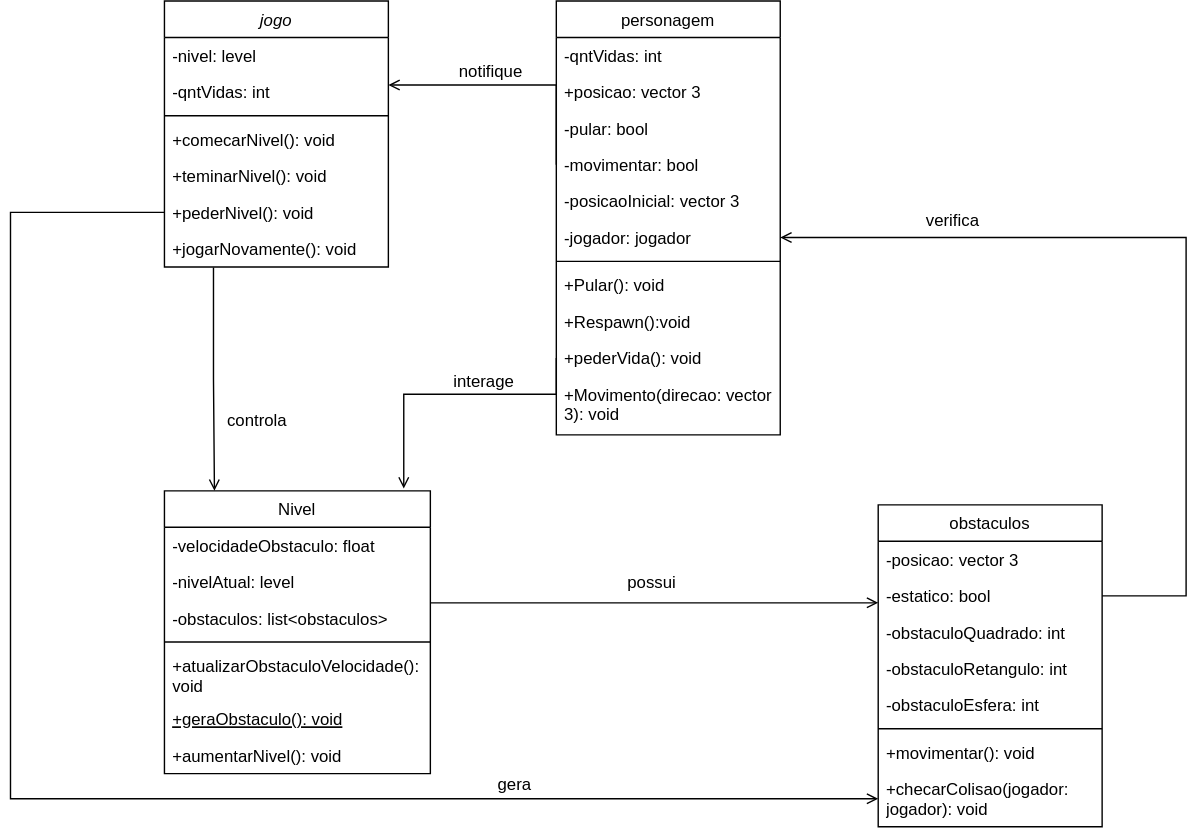
Before: Diagramas/Diagrama de Classe Unity.drawio.svg, a diagram exported from draw.io (KalCastro/Game_Deep). Source tidied: cells renumbered, new cells last; positions are measured from the earlier drawing's top-left corner, leaving out a move shared by most shapes. The source it was exported from:
```xml
<mxGraphModel>
  <root>
    <mxCell id="0" />
    <mxCell id="1" parent="0" />
    <mxCell id="2" value="jogo" style="swimlane;fontStyle=2;align=center;verticalAlign=top;horizontal=1;startSize=26;rounded=0;shadow=0;strokeWidth=1;" parent="1" vertex="1">
      <mxGeometry x="110" y="49" width="160" height="190" as="geometry" />
    </mxCell>
    <mxCell id="3" value="-nivel: level" style="text;align=left;verticalAlign=top;spacingLeft=4;spacingRight=4;overflow=hidden;" parent="2" vertex="1">
      <mxGeometry y="26" width="160" height="26" as="geometry" />
    </mxCell>
    <mxCell id="4" value="-qntVidas: int" style="text;align=left;verticalAlign=top;spacingLeft=4;spacingRight=4;overflow=hidden;rounded=0;shadow=0;html=0;" parent="2" vertex="1">
      <mxGeometry y="52" width="160" height="26" as="geometry" />
    </mxCell>
    <mxCell id="5" style="line;html=1;strokeWidth=1;align=left;verticalAlign=middle;spacingTop=-1;spacingLeft=3;spacingRight=3;labelPosition=right;" parent="2" vertex="1">
      <mxGeometry y="78" width="160" height="8" as="geometry" />
    </mxCell>
    <mxCell id="6" value="+comecarNivel(): void" style="text;align=left;verticalAlign=top;spacingLeft=4;spacingRight=4;overflow=hidden;" parent="2" vertex="1">
      <mxGeometry y="86" width="160" height="26" as="geometry" />
    </mxCell>
    <mxCell id="7" value="+teminarNivel(): void" style="text;align=left;verticalAlign=top;spacingLeft=4;spacingRight=4;overflow=hidden;rounded=0;shadow=0;html=0;" parent="2" vertex="1">
      <mxGeometry y="112" width="160" height="26" as="geometry" />
    </mxCell>
    <mxCell id="8" value="+pederNivel(): void" style="text;align=left;verticalAlign=top;spacingLeft=4;spacingRight=4;overflow=hidden;points=[[0,0.5],[1,0.5]];portConstraint=eastwest;rounded=0;shadow=0;html=0;" parent="2" vertex="1">
      <mxGeometry y="138" width="160" height="26" as="geometry" />
    </mxCell>
    <mxCell id="9" value="+jogarNovamente(): void" style="text;align=left;verticalAlign=top;spacingLeft=4;spacingRight=4;overflow=hidden;points=[[0,0.5],[1,0.5]];portConstraint=eastwest;rounded=0;shadow=0;html=0;" parent="2" vertex="1">
      <mxGeometry y="164" width="160" height="26" as="geometry" />
    </mxCell>
    <mxCell id="10" value="Nivel" style="swimlane;fontStyle=0;align=center;verticalAlign=top;horizontal=1;startSize=26;rounded=0;shadow=0;strokeWidth=1;" parent="1" vertex="1">
      <mxGeometry x="110" y="399" width="190" height="202" as="geometry" />
    </mxCell>
    <mxCell id="11" value="-velocidadeObstaculo: float" style="text;align=left;verticalAlign=top;spacingLeft=4;spacingRight=4;overflow=hidden;rounded=0;shadow=0;html=0;" parent="10" vertex="1">
      <mxGeometry y="26" width="190" height="26" as="geometry" />
    </mxCell>
    <mxCell id="12" value="-nivelAtual: level" style="text;align=left;verticalAlign=top;spacingLeft=4;spacingRight=4;overflow=hidden;rounded=0;shadow=0;html=0;" parent="10" vertex="1">
      <mxGeometry y="52" width="190" height="26" as="geometry" />
    </mxCell>
    <mxCell id="13" value="-obstaculos: list&lt;obstaculos&gt;" style="text;align=left;verticalAlign=top;spacingLeft=4;spacingRight=4;overflow=hidden;points=[[0,0.5],[1,0.5]];portConstraint=eastwest;rounded=0;shadow=0;html=0;" parent="10" vertex="1">
      <mxGeometry y="78" width="190" height="26" as="geometry" />
    </mxCell>
    <mxCell id="14" style="line;html=1;strokeWidth=1;align=left;verticalAlign=middle;spacingTop=-1;spacingLeft=3;spacingRight=3;labelPosition=right;" parent="10" vertex="1">
      <mxGeometry y="104" width="190" height="8" as="geometry" />
    </mxCell>
    <mxCell id="15" value="+atualizarObstaculoVelocidade(): void" style="text;align=left;verticalAlign=top;spacingLeft=4;spacingRight=4;overflow=hidden;whiteSpace=wrap;" parent="10" vertex="1">
      <mxGeometry y="112" width="190" height="38" as="geometry" />
    </mxCell>
    <mxCell id="16" value="+geraObstaculo(): void" style="text;align=left;verticalAlign=top;spacingLeft=4;spacingRight=4;overflow=hidden;fontStyle=4;" parent="10" vertex="1">
      <mxGeometry y="150" width="190" height="26" as="geometry" />
    </mxCell>
    <mxCell id="17" value="+aumentarNivel(): void" style="text;align=left;verticalAlign=top;spacingLeft=4;spacingRight=4;overflow=hidden;" parent="10" vertex="1">
      <mxGeometry y="176" width="190" height="26" as="geometry" />
    </mxCell>
    <mxCell id="18" value="personagem" style="swimlane;fontStyle=0;align=center;verticalAlign=top;horizontal=1;startSize=26;rounded=0;shadow=0;strokeWidth=1;" parent="1" vertex="1">
      <mxGeometry x="390" y="49" width="160" height="310" as="geometry" />
    </mxCell>
    <mxCell id="19" value="-qntVidas: int" style="text;align=left;verticalAlign=top;spacingLeft=4;spacingRight=4;overflow=hidden;rounded=0;shadow=0;html=0;" parent="18" vertex="1">
      <mxGeometry y="26" width="160" height="26" as="geometry" />
    </mxCell>
    <mxCell id="20" value="+posicao: vector 3" style="text;align=left;verticalAlign=top;spacingLeft=4;spacingRight=4;overflow=hidden;" parent="18" vertex="1">
      <mxGeometry y="52" width="160" height="26" as="geometry" />
    </mxCell>
    <mxCell id="21" value="-pular: bool" style="text;align=left;verticalAlign=top;spacingLeft=4;spacingRight=4;overflow=hidden;rounded=0;shadow=0;html=0;" parent="18" vertex="1">
      <mxGeometry y="78" width="160" height="26" as="geometry" />
    </mxCell>
    <mxCell id="22" value="-movimentar: bool" style="text;align=left;verticalAlign=top;spacingLeft=4;spacingRight=4;overflow=hidden;points=[[0,0.5],[1,0.5]];portConstraint=eastwest;rounded=0;shadow=0;html=0;" parent="18" vertex="1">
      <mxGeometry y="104" width="160" height="26" as="geometry" />
    </mxCell>
    <mxCell id="23" value="-posicaoInicial: vector 3" style="text;align=left;verticalAlign=top;spacingLeft=4;spacingRight=4;overflow=hidden;" parent="18" vertex="1">
      <mxGeometry y="130" width="160" height="26" as="geometry" />
    </mxCell>
    <mxCell id="24" value="-jogador: jogador" style="text;align=left;verticalAlign=top;spacingLeft=4;spacingRight=4;overflow=hidden;points=[[0,0.5],[1,0.5]];portConstraint=eastwest;rounded=0;shadow=0;html=0;" parent="18" vertex="1">
      <mxGeometry y="156" width="160" height="26" as="geometry" />
    </mxCell>
    <mxCell id="25" style="line;html=1;strokeWidth=1;align=left;verticalAlign=middle;spacingTop=-1;spacingLeft=3;spacingRight=3;labelPosition=right;" parent="18" vertex="1">
      <mxGeometry y="182" width="160" height="8" as="geometry" />
    </mxCell>
    <mxCell id="26" value="+Pular(): void" style="text;align=left;verticalAlign=top;spacingLeft=4;spacingRight=4;overflow=hidden;rounded=0;shadow=0;html=0;" parent="18" vertex="1">
      <mxGeometry y="190" width="160" height="26" as="geometry" />
    </mxCell>
    <mxCell id="27" value="+Respawn():void" style="text;align=left;verticalAlign=top;spacingLeft=4;spacingRight=4;overflow=hidden;rounded=0;shadow=0;html=0;" parent="18" vertex="1">
      <mxGeometry y="216" width="160" height="26" as="geometry" />
    </mxCell>
    <mxCell id="28" value="+pederVida(): void" style="text;align=left;verticalAlign=top;spacingLeft=4;spacingRight=4;overflow=hidden;points=[[0,0.5],[1,0.5]];portConstraint=eastwest;rounded=0;shadow=0;html=0;" parent="18" vertex="1">
      <mxGeometry y="242" width="160" height="26" as="geometry" />
    </mxCell>
    <mxCell id="29" value="+Movimento(direcao: vector 3): void" style="text;align=left;verticalAlign=top;spacingLeft=4;spacingRight=4;overflow=hidden;strokeWidth=0;html=1;whiteSpace=wrap;" parent="18" vertex="1">
      <mxGeometry y="268" width="160" height="42" as="geometry" />
    </mxCell>
    <mxCell id="30" style="endArrow=open;shadow=0;strokeWidth=1;rounded=0;endFill=1;edgeStyle=elbowEdgeStyle;elbow=vertical;exitX=0;exitY=0.5;exitDx=0;exitDy=0;" parent="1" edge="1" source="22">
      <mxGeometry x="0.5" y="41" relative="1" as="geometry">
        <mxPoint x="270" y="109" as="targetPoint" />
        <Array as="points">
          <mxPoint x="310" y="109" />
        </Array>
        <mxPoint x="-40" y="32" as="offset" />
      </mxGeometry>
    </mxCell>
    <mxCell id="31" value="notifique" style="text;html=1;align=center;verticalAlign=middle;labelBackgroundColor=none;rounded=0;shadow=0;strokeWidth=1;fontSize=12;" parent="30" vertex="1">
      <mxGeometry x="0.5" y="49" relative="1" as="geometry">
        <mxPoint x="28" y="-59" as="offset" />
      </mxGeometry>
    </mxCell>
    <mxCell id="32" value="obstaculos" style="swimlane;fontStyle=0;align=center;verticalAlign=top;horizontal=1;startSize=26;rounded=0;shadow=0;strokeWidth=1;" parent="1" vertex="1">
      <mxGeometry x="620" y="409" width="160" height="230" as="geometry" />
    </mxCell>
    <mxCell id="33" value="-posicao: vector 3" style="text;align=left;verticalAlign=top;spacingLeft=4;spacingRight=4;overflow=hidden;" parent="32" vertex="1">
      <mxGeometry y="26" width="160" height="26" as="geometry" />
    </mxCell>
    <mxCell id="34" value="-estatico: bool" style="text;align=left;verticalAlign=top;spacingLeft=4;spacingRight=4;overflow=hidden;points=[[0,0.5],[1,0.5]];portConstraint=eastwest;rounded=0;shadow=0;html=0;" parent="32" vertex="1">
      <mxGeometry y="52" width="160" height="26" as="geometry" />
    </mxCell>
    <mxCell id="35" value="-obstaculoQuadrado: int" style="text;align=left;verticalAlign=top;spacingLeft=4;spacingRight=4;overflow=hidden;rounded=0;shadow=0;html=0;" parent="32" vertex="1">
      <mxGeometry y="78" width="160" height="26" as="geometry" />
    </mxCell>
    <mxCell id="36" value="-obstaculoRetangulo: int" style="text;align=left;verticalAlign=top;spacingLeft=4;spacingRight=4;overflow=hidden;rounded=0;shadow=0;html=0;" parent="32" vertex="1">
      <mxGeometry y="104" width="160" height="26" as="geometry" />
    </mxCell>
    <mxCell id="37" value="-obstaculoEsfera: int" style="text;align=left;verticalAlign=top;spacingLeft=4;spacingRight=4;overflow=hidden;" parent="32" vertex="1">
      <mxGeometry y="130" width="160" height="26" as="geometry" />
    </mxCell>
    <mxCell id="38" style="line;html=1;strokeWidth=1;align=left;verticalAlign=middle;spacingTop=-1;spacingLeft=3;spacingRight=3;labelPosition=right;" parent="32" vertex="1">
      <mxGeometry y="156" width="160" height="8" as="geometry" />
    </mxCell>
    <mxCell id="39" value="+movimentar(): void" style="text;align=left;verticalAlign=top;spacingLeft=4;spacingRight=4;overflow=hidden;" parent="32" vertex="1">
      <mxGeometry y="164" width="160" height="26" as="geometry" />
    </mxCell>
    <mxCell id="40" value="+checarColisao(jogador: jogador): void" style="text;align=left;verticalAlign=top;spacingLeft=4;spacingRight=4;overflow=hidden;points=[[0,0.5],[1,0.5]];portConstraint=eastwest;rounded=0;shadow=0;html=0;whiteSpace=wrap;" parent="32" vertex="1">
      <mxGeometry y="190" width="160" height="40" as="geometry" />
    </mxCell>
    <mxCell id="41" style="endArrow=open;shadow=0;strokeWidth=1;rounded=0;endFill=1;edgeStyle=elbowEdgeStyle;elbow=vertical;entryX=0.188;entryY=0;entryDx=0;entryDy=0;entryPerimeter=0;exitX=0.219;exitY=1.016;exitDx=0;exitDy=0;exitPerimeter=0;" parent="1" edge="1" source="9" target="10">
      <mxGeometry x="0.5" y="41" relative="1" as="geometry">
        <mxPoint x="-40" y="32" as="offset" />
      </mxGeometry>
    </mxCell>
    <mxCell id="42" value="controla" style="text;html=1;align=center;verticalAlign=middle;labelBackgroundColor=none;rounded=0;shadow=0;strokeWidth=1;fontSize=12;" parent="41" vertex="1">
      <mxGeometry x="0.5" y="49" relative="1" as="geometry">
        <mxPoint x="-19" y="-10" as="offset" />
      </mxGeometry>
    </mxCell>
    <mxCell id="43" style="endArrow=open;shadow=0;strokeWidth=1;rounded=0;endFill=1;edgeStyle=elbowEdgeStyle;elbow=vertical;exitX=0;exitY=0.5;exitDx=0;exitDy=0;exitPerimeter=0;entryX=0.9;entryY=-0.008;entryDx=0;entryDy=0;entryPerimeter=0;" parent="1" edge="1" source="28" target="10">
      <mxGeometry x="0.5" y="41" relative="1" as="geometry">
        <Array as="points">
          <mxPoint x="340" y="330" />
          <mxPoint x="239.9" />
        </Array>
        <mxPoint x="-40" y="32" as="offset" />
      </mxGeometry>
    </mxCell>
    <mxCell id="44" value="interage" style="text;html=1;align=center;verticalAlign=middle;labelBackgroundColor=none;rounded=0;shadow=0;strokeWidth=1;fontSize=12;" parent="43" vertex="1">
      <mxGeometry x="0.5" y="49" relative="1" as="geometry">
        <mxPoint x="7" y="-27" as="offset" />
      </mxGeometry>
    </mxCell>
    <mxCell id="45" style="endArrow=open;shadow=0;strokeWidth=1;rounded=0;endFill=1;edgeStyle=elbowEdgeStyle;elbow=vertical;exitX=1;exitY=0.5;exitDx=0;exitDy=0;entryX=1;entryY=0.5;entryDx=0;entryDy=0;" parent="1" edge="1" source="34" target="24">
      <mxGeometry x="0.5" y="41" relative="1" as="geometry">
        <Array as="points">
          <mxPoint x="840" y="479" />
          <mxPoint x="900" y="482" />
        </Array>
        <mxPoint x="-40" y="32" as="offset" />
      </mxGeometry>
    </mxCell>
    <mxCell id="46" value="verifica" style="text;html=1;align=center;verticalAlign=middle;labelBackgroundColor=none;rounded=0;shadow=0;strokeWidth=1;fontSize=12;" parent="45" vertex="1">
      <mxGeometry x="0.5" y="49" relative="1" as="geometry">
        <mxPoint x="-29" y="-62" as="offset" />
      </mxGeometry>
    </mxCell>
    <mxCell id="47" style="endArrow=open;shadow=0;strokeWidth=1;rounded=0;endFill=1;edgeStyle=elbowEdgeStyle;elbow=vertical;exitX=0;exitY=0.5;exitDx=0;exitDy=0;entryX=0;entryY=0.5;entryDx=0;entryDy=0;" parent="1" edge="1" source="8" target="40">
      <mxGeometry x="0.5" y="41" relative="1" as="geometry">
        <Array as="points">
          <mxPoint y="199" />
          <mxPoint x="50" y="235" />
        </Array>
        <mxPoint x="-40" y="32" as="offset" />
      </mxGeometry>
    </mxCell>
    <mxCell id="48" value="gera" style="text;html=1;align=center;verticalAlign=middle;labelBackgroundColor=none;rounded=0;shadow=0;strokeWidth=1;fontSize=12;rotation=0;" parent="47" vertex="1">
      <mxGeometry x="0.5" y="49" relative="1" as="geometry">
        <mxPoint x="26" y="38" as="offset" />
      </mxGeometry>
    </mxCell>
    <mxCell id="49" style="endArrow=open;shadow=0;strokeWidth=1;rounded=0;endFill=1;edgeStyle=elbowEdgeStyle;elbow=vertical;exitX=1;exitY=0.077;exitDx=0;exitDy=0;exitPerimeter=0;entryX=0;entryY=0.692;entryDx=0;entryDy=0;entryPerimeter=0;" parent="1" edge="1" source="13" target="34">
      <mxGeometry x="0.5" y="41" relative="1" as="geometry">
        <Array as="points">
          <mxPoint x="450" y="479" />
        </Array>
        <mxPoint x="-40" y="32" as="offset" />
      </mxGeometry>
    </mxCell>
    <mxCell id="50" value="possui" style="text;html=1;align=center;verticalAlign=middle;labelBackgroundColor=none;rounded=0;shadow=0;strokeWidth=1;fontSize=12;" parent="49" vertex="1">
      <mxGeometry x="0.5" y="49" relative="1" as="geometry">
        <mxPoint x="-82" y="34" as="offset" />
      </mxGeometry>
    </mxCell>
  </root>
</mxGraphModel>
```
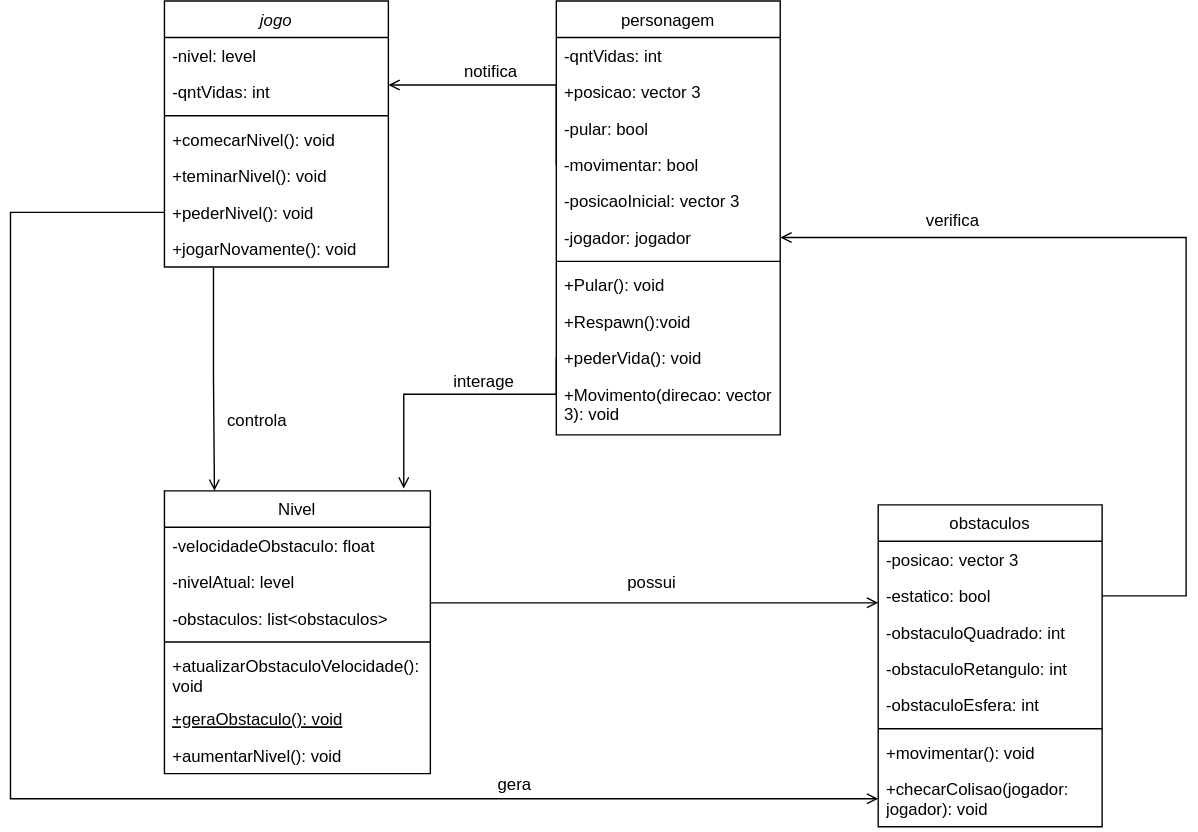
After the commit.

Change to the diagram source:
```diff
@@ -95,7 +95,7 @@
         <mxPoint x="-40" y="32" as="offset" />
       </mxGeometry>
     </mxCell>
-    <mxCell id="31" value="notifique" style="text;html=1;align=center;verticalAlign=middle;labelBackgroundColor=none;rounded=0;shadow=0;strokeWidth=1;fontSize=12;" parent="30" vertex="1">
+    <mxCell id="31" value="notifica" style="text;html=1;align=center;verticalAlign=middle;labelBackgroundColor=none;rounded=0;shadow=0;strokeWidth=1;fontSize=12;" parent="30" vertex="1">
       <mxGeometry x="0.5" y="49" relative="1" as="geometry">
         <mxPoint x="28" y="-59" as="offset" />
       </mxGeometry>
```
